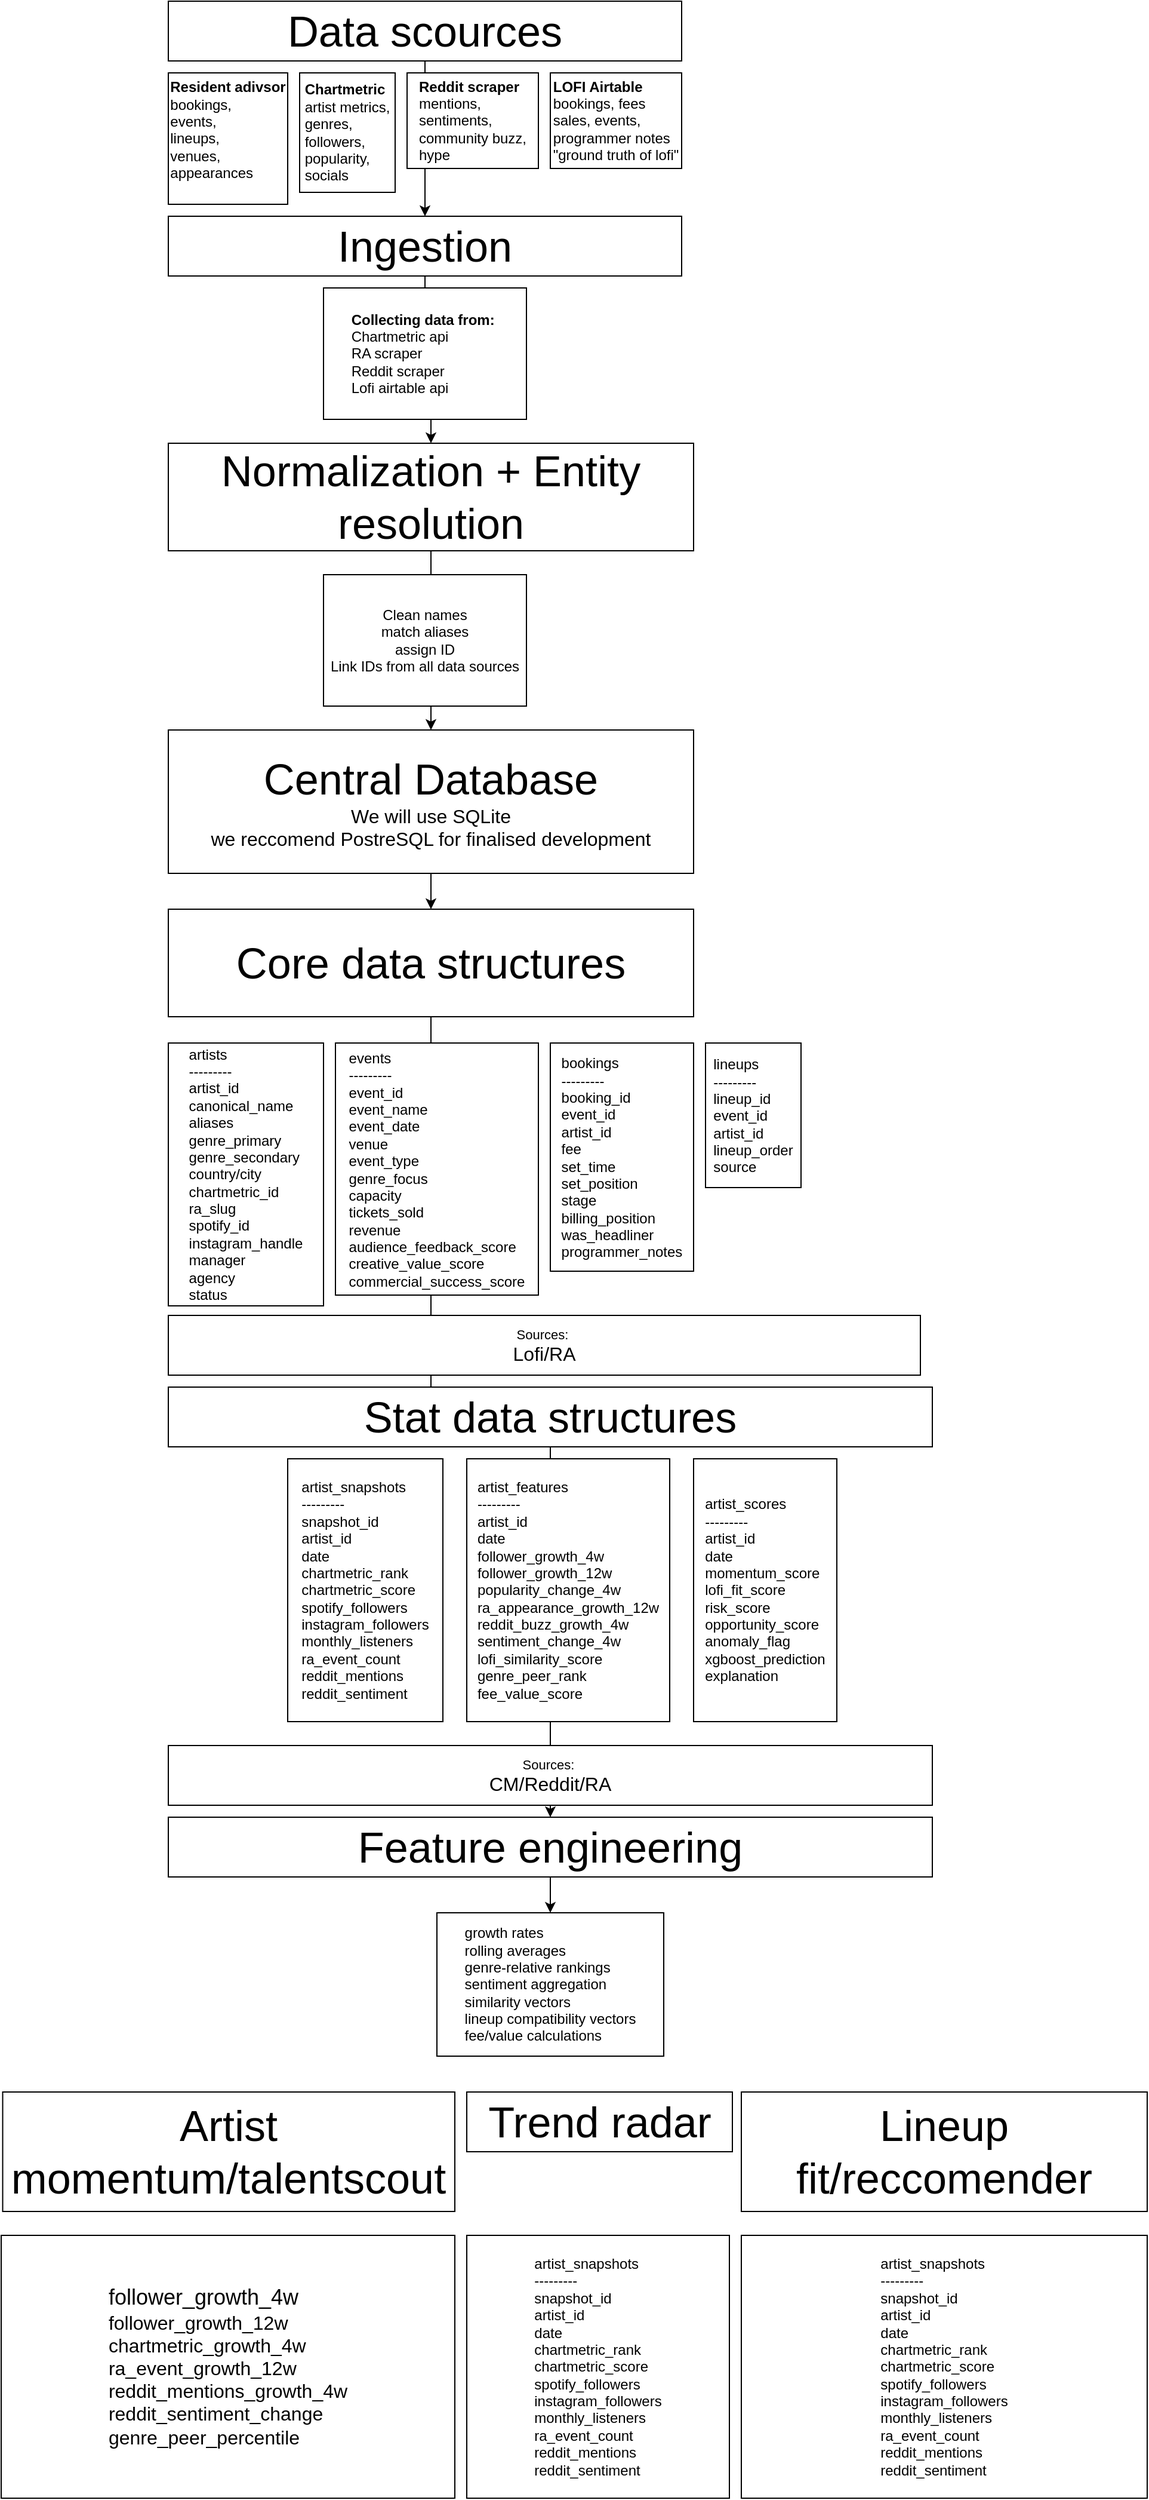
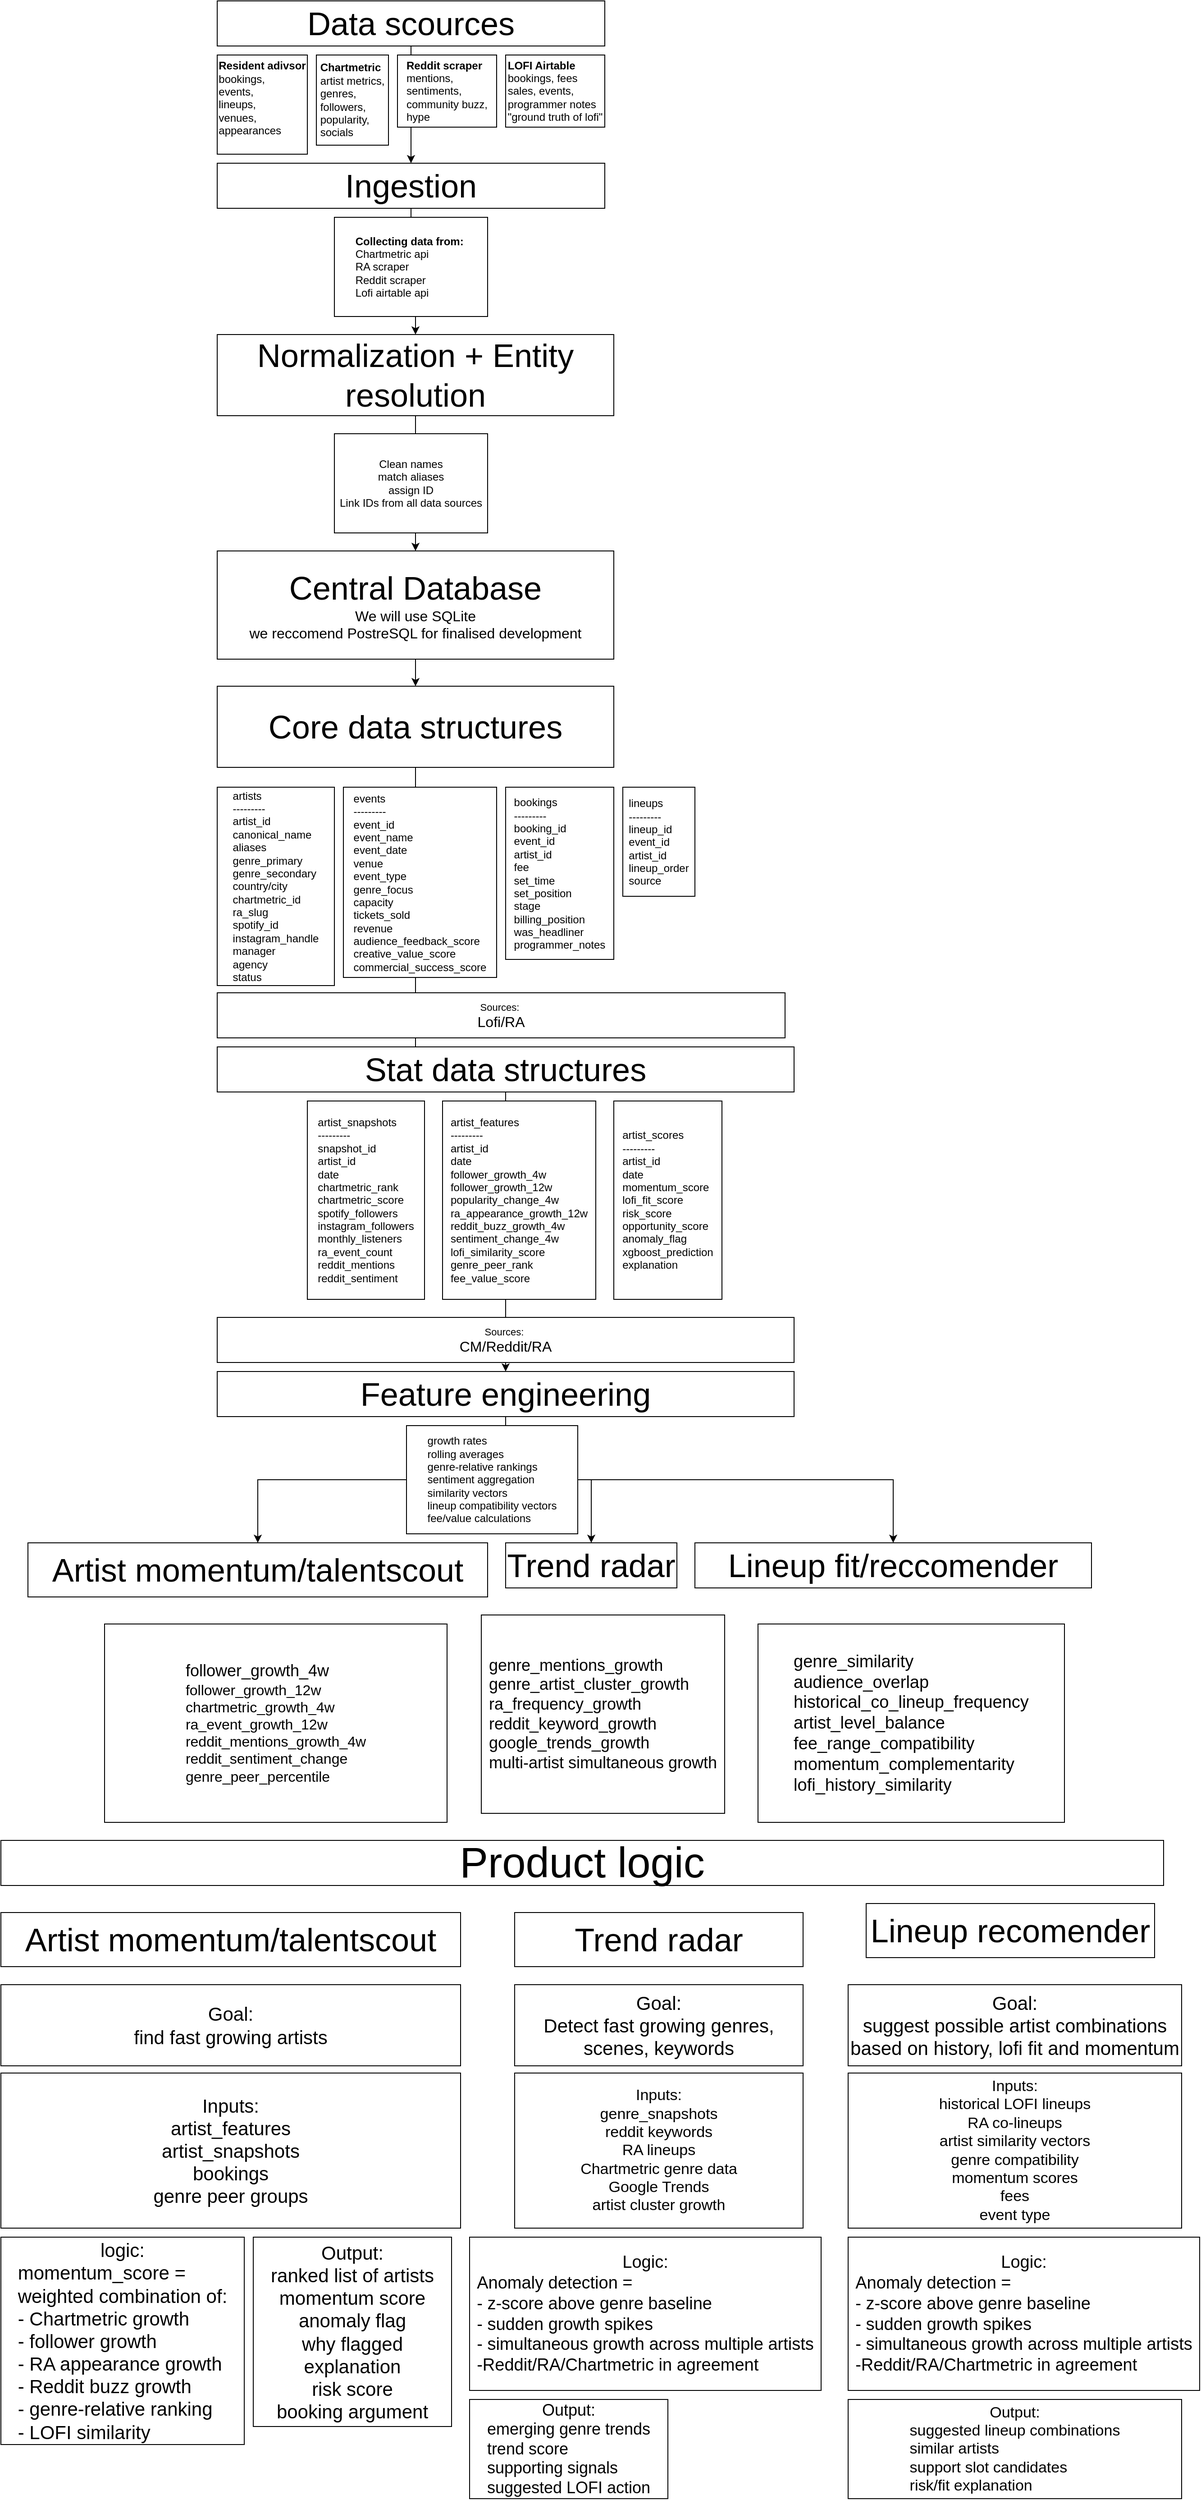
<mxfile host="app.diagrams.net">
  <diagram name="Pagina-1" id="EbsHlEUmd5C1XQdSKPcw">
-     <mxGraphModel dx="1999" dy="628" grid="1" gridSize="10" guides="1" tooltips="1" connect="1" arrows="1" fold="1" page="1" pageScale="1" pageWidth="827" pageHeight="1169" math="0" shadow="0">
+     <mxGraphModel dx="2836" dy="1077" grid="1" gridSize="10" guides="1" tooltips="1" connect="1" arrows="1" fold="1" page="1" pageScale="1" pageWidth="827" pageHeight="1169" math="0" shadow="0">
      <root>
        <mxCell id="0" />
        <mxCell id="1" parent="0" />
        <mxCell id="IS1pQjUSRLfmHb4GL3-O-3" edge="1" parent="1" source="IS1pQjUSRLfmHb4GL3-O-1" style="edgeStyle=orthogonalEdgeStyle;rounded=0;orthogonalLoop=1;jettySize=auto;html=1;" target="IS1pQjUSRLfmHb4GL3-O-2" value="">
          <mxGeometry relative="1" as="geometry" />
        </mxCell>
        <mxCell id="IS1pQjUSRLfmHb4GL3-O-1" parent="1" style="rounded=0;whiteSpace=wrap;html=1;" value="&lt;font style=&quot;font-size: 36px;&quot;&gt;Data scources&lt;/font&gt;" vertex="1">
          <mxGeometry height="50" width="430" x="120" y="40" as="geometry" />
        </mxCell>
        <mxCell id="IS1pQjUSRLfmHb4GL3-O-5" edge="1" parent="1" source="IS1pQjUSRLfmHb4GL3-O-2" style="edgeStyle=orthogonalEdgeStyle;rounded=0;orthogonalLoop=1;jettySize=auto;html=1;" target="IS1pQjUSRLfmHb4GL3-O-4" value="">
          <mxGeometry relative="1" as="geometry" />
        </mxCell>
        <mxCell id="IS1pQjUSRLfmHb4GL3-O-2" parent="1" style="whiteSpace=wrap;html=1;rounded=0;" value="&lt;div&gt;&lt;font style=&quot;font-size: 36px;&quot;&gt;Ingestion&lt;/font&gt;&lt;/div&gt;" vertex="1">
          <mxGeometry height="50" width="430" x="120" y="220" as="geometry" />
        </mxCell>
        <mxCell id="IS1pQjUSRLfmHb4GL3-O-13" edge="1" parent="1" source="IS1pQjUSRLfmHb4GL3-O-4" style="edgeStyle=orthogonalEdgeStyle;rounded=0;orthogonalLoop=1;jettySize=auto;html=1;" target="IS1pQjUSRLfmHb4GL3-O-12" value="">
          <mxGeometry relative="1" as="geometry" />
        </mxCell>
        <mxCell id="IS1pQjUSRLfmHb4GL3-O-4" parent="1" style="whiteSpace=wrap;html=1;rounded=0;" value="&lt;font style=&quot;font-size: 36px;&quot;&gt;Normalization + Entity resolution&lt;/font&gt;" vertex="1">
          <mxGeometry height="90" width="440" x="120" y="410" as="geometry" />
        </mxCell>
        <mxCell id="IS1pQjUSRLfmHb4GL3-O-7" parent="1" style="rounded=0;whiteSpace=wrap;html=1;" value="&lt;div style=&quot;text-align: left;&quot;&gt;&lt;b&gt;Chartmetric&lt;/b&gt;&lt;/div&gt;&lt;div style=&quot;text-align: left;&quot;&gt;artist metrics,&lt;/div&gt;&lt;div style=&quot;text-align: left;&quot;&gt;genres,&amp;nbsp;&lt;/div&gt;&lt;div style=&quot;text-align: left;&quot;&gt;followers,&amp;nbsp;&lt;/div&gt;&lt;div style=&quot;text-align: left;&quot;&gt;popularity,&amp;nbsp;&lt;/div&gt;&lt;div style=&quot;text-align: left;&quot;&gt;socials&lt;/div&gt;" vertex="1">
          <mxGeometry height="100" width="80" x="230" y="100" as="geometry" />
        </mxCell>
        <mxCell id="IS1pQjUSRLfmHb4GL3-O-8" parent="1" style="rounded=0;whiteSpace=wrap;html=1;" value="&lt;div style=&quot;text-align: left;&quot;&gt;&lt;b&gt;Resident adivsor&lt;/b&gt;&lt;/div&gt;&lt;div style=&quot;text-align: left;&quot;&gt;bookings,&lt;/div&gt;&lt;div style=&quot;text-align: left;&quot;&gt;events,&lt;/div&gt;&lt;div style=&quot;text-align: left;&quot;&gt;lineups,&lt;/div&gt;&lt;div style=&quot;text-align: left;&quot;&gt;venues,&lt;/div&gt;&lt;div style=&quot;text-align: left;&quot;&gt;appearances&lt;/div&gt;&lt;div style=&quot;text-align: left;&quot;&gt;&lt;b&gt;&lt;br&gt;&lt;/b&gt;&lt;/div&gt;" vertex="1">
          <mxGeometry height="110" width="100" x="120" y="100" as="geometry" />
        </mxCell>
        <mxCell id="IS1pQjUSRLfmHb4GL3-O-9" parent="1" style="rounded=0;whiteSpace=wrap;html=1;" value="&lt;div style=&quot;text-align: left;&quot;&gt;&lt;b style=&quot;background-color: transparent; color: light-dark(rgb(0, 0, 0), rgb(255, 255, 255));&quot;&gt;Reddit scraper&lt;/b&gt;&lt;/div&gt;&lt;div style=&quot;text-align: left;&quot;&gt;mentions,&lt;/div&gt;&lt;div style=&quot;text-align: left;&quot;&gt;sentiments,&lt;/div&gt;&lt;div style=&quot;text-align: left;&quot;&gt;community buzz,&lt;/div&gt;&lt;div style=&quot;text-align: left;&quot;&gt;hype&lt;/div&gt;" vertex="1">
          <mxGeometry height="80" width="110" x="320" y="100" as="geometry" />
        </mxCell>
        <mxCell id="IS1pQjUSRLfmHb4GL3-O-10" parent="1" style="rounded=0;whiteSpace=wrap;html=1;" value="&lt;div style=&quot;text-align: left;&quot;&gt;&lt;b&gt;LOFI Airtable&lt;/b&gt;&lt;/div&gt;&lt;div style=&quot;text-align: left;&quot;&gt;bookings, fees&lt;/div&gt;&lt;div style=&quot;text-align: left;&quot;&gt;sales, events,&lt;/div&gt;&lt;div style=&quot;text-align: left;&quot;&gt;programmer notes&lt;/div&gt;&lt;div style=&quot;text-align: left;&quot;&gt;&quot;ground truth of lofi&quot;&lt;/div&gt;" vertex="1">
          <mxGeometry height="80" width="110" x="440" y="100" as="geometry" />
        </mxCell>
        <mxCell id="IS1pQjUSRLfmHb4GL3-O-11" parent="1" style="rounded=0;whiteSpace=wrap;html=1;" value="&lt;div style=&quot;text-align: left;&quot;&gt;&lt;b&gt;Collecting data from:&amp;nbsp;&lt;/b&gt;&lt;/div&gt;&lt;div style=&quot;text-align: left;&quot;&gt;Chartmetric api&lt;/div&gt;&lt;div style=&quot;text-align: left;&quot;&gt;RA scraper&lt;/div&gt;&lt;div style=&quot;text-align: left;&quot;&gt;Reddit scraper&lt;/div&gt;&lt;div style=&quot;text-align: left;&quot;&gt;Lofi airtable api&lt;/div&gt;" vertex="1">
          <mxGeometry height="110" width="170" x="250" y="280" as="geometry" />
        </mxCell>
        <mxCell id="IS1pQjUSRLfmHb4GL3-O-15" edge="1" parent="1" source="IS1pQjUSRLfmHb4GL3-O-12" style="edgeStyle=orthogonalEdgeStyle;rounded=0;orthogonalLoop=1;jettySize=auto;html=1;" target="IS1pQjUSRLfmHb4GL3-O-14" value="">
          <mxGeometry relative="1" as="geometry" />
        </mxCell>
        <mxCell id="IS1pQjUSRLfmHb4GL3-O-12" parent="1" style="whiteSpace=wrap;html=1;rounded=0;" value="&lt;span style=&quot;font-size: 36px;&quot;&gt;Central Database&lt;/span&gt;&lt;div&gt;&lt;font size=&quot;3&quot;&gt;We will use SQLite&lt;/font&gt;&lt;/div&gt;&lt;div&gt;&lt;font size=&quot;3&quot;&gt;we reccomend PostreSQL for finalised development&lt;/font&gt;&lt;/div&gt;" vertex="1">
          <mxGeometry height="120" width="440" x="120" y="650" as="geometry" />
        </mxCell>
        <mxCell id="IS1pQjUSRLfmHb4GL3-O-31" edge="1" parent="1" source="IS1pQjUSRLfmHb4GL3-O-14" style="edgeStyle=orthogonalEdgeStyle;rounded=0;orthogonalLoop=1;jettySize=auto;html=1;" target="IS1pQjUSRLfmHb4GL3-O-33" value="">
          <mxGeometry relative="1" as="geometry" />
        </mxCell>
        <mxCell id="IS1pQjUSRLfmHb4GL3-O-14" parent="1" style="whiteSpace=wrap;html=1;rounded=0;" value="&lt;font style=&quot;font-size: 36px;&quot;&gt;Core data structures&lt;/font&gt;" vertex="1">
          <mxGeometry height="90" width="440" x="120" y="800" as="geometry" />
        </mxCell>
        <mxCell id="IS1pQjUSRLfmHb4GL3-O-16" parent="1" style="rounded=0;whiteSpace=wrap;html=1;" value="Clean names&lt;div&gt;match aliases&lt;/div&gt;&lt;div&gt;assign ID&lt;/div&gt;&lt;div&gt;Link IDs from all data sources&lt;/div&gt;" vertex="1">
          <mxGeometry height="110" width="170" x="250" y="520" as="geometry" />
        </mxCell>
        <mxCell id="IS1pQjUSRLfmHb4GL3-O-17" parent="1" style="rounded=0;whiteSpace=wrap;html=1;" value="&lt;div style=&quot;text-align: justify;&quot;&gt;artists&lt;/div&gt;&lt;div style=&quot;text-align: justify;&quot;&gt;---------&lt;/div&gt;&lt;div style=&quot;text-align: justify;&quot;&gt;artist_id&lt;/div&gt;&lt;div style=&quot;text-align: justify;&quot;&gt;canonical_name&lt;/div&gt;&lt;div style=&quot;text-align: justify;&quot;&gt;aliases&lt;/div&gt;&lt;div style=&quot;text-align: justify;&quot;&gt;genre_primary&lt;/div&gt;&lt;div style=&quot;text-align: justify;&quot;&gt;genre_secondary&lt;/div&gt;&lt;div style=&quot;text-align: justify;&quot;&gt;country/city&lt;/div&gt;&lt;div style=&quot;text-align: justify;&quot;&gt;chartmetric_id&lt;/div&gt;&lt;div style=&quot;text-align: justify;&quot;&gt;ra_slug&lt;/div&gt;&lt;div style=&quot;text-align: justify;&quot;&gt;spotify_id&lt;/div&gt;&lt;div style=&quot;text-align: justify;&quot;&gt;instagram_handle&lt;/div&gt;&lt;div style=&quot;text-align: justify;&quot;&gt;manager&lt;/div&gt;&lt;div style=&quot;text-align: justify;&quot;&gt;agency&lt;/div&gt;&lt;div style=&quot;text-align: justify;&quot;&gt;status&lt;/div&gt;" vertex="1">
          <mxGeometry height="220" width="130" x="120" y="912" as="geometry" />
        </mxCell>
        <mxCell id="IS1pQjUSRLfmHb4GL3-O-19" parent="1" style="rounded=0;whiteSpace=wrap;html=1;" value="&lt;div style=&quot;text-align: justify;&quot;&gt;&lt;div&gt;events&lt;/div&gt;&lt;div&gt;---------&lt;/div&gt;&lt;div&gt;event_id&lt;/div&gt;&lt;div&gt;event_name&lt;/div&gt;&lt;div&gt;event_date&lt;/div&gt;&lt;div&gt;venue&lt;/div&gt;&lt;div&gt;event_type&lt;/div&gt;&lt;div&gt;genre_focus&lt;/div&gt;&lt;div&gt;capacity&lt;/div&gt;&lt;div&gt;tickets_sold&lt;/div&gt;&lt;div&gt;revenue&lt;/div&gt;&lt;div&gt;audience_feedback_score&lt;/div&gt;&lt;div&gt;creative_value_score&lt;/div&gt;&lt;div&gt;commercial_success_score&lt;/div&gt;&lt;/div&gt;" vertex="1">
          <mxGeometry height="211" width="170" x="260" y="912" as="geometry" />
        </mxCell>
        <mxCell id="IS1pQjUSRLfmHb4GL3-O-20" parent="1" style="rounded=0;whiteSpace=wrap;html=1;" value="&lt;div style=&quot;text-align: justify;&quot;&gt;&lt;div&gt;bookings&lt;/div&gt;&lt;div&gt;---------&lt;/div&gt;&lt;div&gt;booking_id&lt;/div&gt;&lt;div&gt;event_id&lt;/div&gt;&lt;div&gt;artist_id&lt;/div&gt;&lt;div&gt;fee&lt;/div&gt;&lt;div&gt;set_time&lt;/div&gt;&lt;div&gt;set_position&lt;/div&gt;&lt;div&gt;stage&lt;/div&gt;&lt;div&gt;billing_position&lt;/div&gt;&lt;div&gt;was_headliner&lt;/div&gt;&lt;div&gt;programmer_notes&lt;/div&gt;&lt;/div&gt;" vertex="1">
          <mxGeometry height="191" width="120" x="440" y="912" as="geometry" />
        </mxCell>
        <mxCell id="IS1pQjUSRLfmHb4GL3-O-21" parent="1" style="rounded=0;whiteSpace=wrap;html=1;" value="&lt;div style=&quot;text-align: justify;&quot;&gt;&lt;div&gt;lineups&lt;/div&gt;&lt;div&gt;---------&lt;/div&gt;&lt;div&gt;lineup_id&lt;/div&gt;&lt;div&gt;event_id&lt;/div&gt;&lt;div&gt;artist_id&lt;/div&gt;&lt;div&gt;lineup_order&lt;/div&gt;&lt;div&gt;source&lt;/div&gt;&lt;/div&gt;" vertex="1">
          <mxGeometry height="121" width="80" x="570" y="912" as="geometry" />
        </mxCell>
        <mxCell id="IS1pQjUSRLfmHb4GL3-O-24" parent="1" style="whiteSpace=wrap;html=1;rounded=0;" value="&lt;font style=&quot;font-size: 11px;&quot;&gt;Sources:&amp;nbsp;&lt;/font&gt;&lt;div&gt;&lt;font size=&quot;3&quot;&gt;Lofi/RA&lt;/font&gt;&lt;/div&gt;" vertex="1">
          <mxGeometry height="50" width="630" x="120" y="1140" as="geometry" />
        </mxCell>
        <mxCell id="IS1pQjUSRLfmHb4GL3-O-26" parent="1" style="whiteSpace=wrap;html=1;rounded=0;" value="&lt;span style=&quot;font-size: 36px;&quot;&gt;Stat data structures&lt;/span&gt;" vertex="1">
          <mxGeometry height="50" width="640" x="120" y="1200" as="geometry" />
        </mxCell>
        <mxCell id="IS1pQjUSRLfmHb4GL3-O-27" parent="1" style="rounded=0;whiteSpace=wrap;html=1;" value="&lt;div style=&quot;text-align: justify;&quot;&gt;&lt;div&gt;artist_snapshots&lt;/div&gt;&lt;div&gt;---------&lt;/div&gt;&lt;div&gt;snapshot_id&lt;/div&gt;&lt;div&gt;artist_id&lt;/div&gt;&lt;div&gt;date&lt;/div&gt;&lt;div&gt;chartmetric_rank&lt;/div&gt;&lt;div&gt;chartmetric_score&lt;/div&gt;&lt;div&gt;spotify_followers&lt;/div&gt;&lt;div&gt;instagram_followers&lt;/div&gt;&lt;div&gt;monthly_listeners&lt;/div&gt;&lt;div&gt;ra_event_count&lt;/div&gt;&lt;div&gt;reddit_mentions&lt;/div&gt;&lt;div&gt;reddit_sentiment&lt;/div&gt;&lt;/div&gt;" vertex="1">
          <mxGeometry height="220" width="130" x="220" y="1260" as="geometry" />
        </mxCell>
        <mxCell id="IS1pQjUSRLfmHb4GL3-O-28" parent="1" style="rounded=0;whiteSpace=wrap;html=1;" value="&lt;div style=&quot;text-align: justify;&quot;&gt;&lt;div&gt;artist_features&lt;/div&gt;&lt;div&gt;---------&lt;/div&gt;&lt;div&gt;artist_id&lt;/div&gt;&lt;div&gt;date&lt;/div&gt;&lt;div&gt;follower_growth_4w&lt;/div&gt;&lt;div&gt;follower_growth_12w&lt;/div&gt;&lt;div&gt;popularity_change_4w&lt;/div&gt;&lt;div&gt;ra_appearance_growth_12w&lt;/div&gt;&lt;div&gt;reddit_buzz_growth_4w&lt;/div&gt;&lt;div&gt;sentiment_change_4w&lt;/div&gt;&lt;div&gt;lofi_similarity_score&lt;/div&gt;&lt;div&gt;genre_peer_rank&lt;/div&gt;&lt;div&gt;fee_value_score&lt;/div&gt;&lt;/div&gt;" vertex="1">
          <mxGeometry height="220" width="170" x="370" y="1260" as="geometry" />
        </mxCell>
        <mxCell id="IS1pQjUSRLfmHb4GL3-O-29" parent="1" style="rounded=0;whiteSpace=wrap;html=1;" value="&lt;div style=&quot;text-align: justify;&quot;&gt;&lt;div&gt;artist_scores&lt;/div&gt;&lt;div&gt;---------&lt;/div&gt;&lt;div&gt;artist_id&lt;/div&gt;&lt;div&gt;date&lt;/div&gt;&lt;div&gt;momentum_score&lt;/div&gt;&lt;div&gt;lofi_fit_score&lt;/div&gt;&lt;div&gt;risk_score&lt;/div&gt;&lt;div&gt;opportunity_score&lt;/div&gt;&lt;div&gt;anomaly_flag&lt;/div&gt;&lt;div&gt;xgboost_prediction&lt;/div&gt;&lt;div&gt;explanation&lt;/div&gt;&lt;/div&gt;" vertex="1">
          <mxGeometry height="220" width="120" x="560" y="1260" as="geometry" />
        </mxCell>
        <mxCell id="IS1pQjUSRLfmHb4GL3-O-30" parent="1" style="whiteSpace=wrap;html=1;rounded=0;" value="&lt;font style=&quot;font-size: 11px;&quot;&gt;Sources:&amp;nbsp;&lt;/font&gt;&lt;div&gt;&lt;font size=&quot;3&quot;&gt;CM/Reddit/RA&lt;/font&gt;&lt;/div&gt;" vertex="1">
          <mxGeometry height="50" width="640" x="120" y="1500" as="geometry" />
        </mxCell>
-         <mxCell id="IS1pQjUSRLfmHb4GL3-O-38" edge="1" parent="1" source="IS1pQjUSRLfmHb4GL3-O-33" style="edgeStyle=orthogonalEdgeStyle;rounded=0;orthogonalLoop=1;jettySize=auto;html=1;" target="IS1pQjUSRLfmHb4GL3-O-37" value="">
+         <mxCell id="IS1pQjUSRLfmHb4GL3-O-38" edge="1" parent="1" source="IS1pQjUSRLfmHb4GL3-O-33" style="edgeStyle=orthogonalEdgeStyle;rounded=0;orthogonalLoop=1;jettySize=auto;html=1;entryX=0.5;entryY=0;entryDx=0;entryDy=0;" target="IS1pQjUSRLfmHb4GL3-O-40" value="">
+           <mxGeometry relative="1" as="geometry" />
+         </mxCell>
+         <mxCell id="IS1pQjUSRLfmHb4GL3-O-47" edge="1" parent="1" source="IS1pQjUSRLfmHb4GL3-O-33" style="edgeStyle=orthogonalEdgeStyle;rounded=0;orthogonalLoop=1;jettySize=auto;html=1;" target="IS1pQjUSRLfmHb4GL3-O-42">
+           <mxGeometry relative="1" as="geometry" />
+         </mxCell>
+         <mxCell id="IS1pQjUSRLfmHb4GL3-O-48" edge="1" parent="1" source="IS1pQjUSRLfmHb4GL3-O-33" style="edgeStyle=orthogonalEdgeStyle;rounded=0;orthogonalLoop=1;jettySize=auto;html=1;entryX=0.5;entryY=0;entryDx=0;entryDy=0;" target="IS1pQjUSRLfmHb4GL3-O-41">
          <mxGeometry relative="1" as="geometry" />
        </mxCell>
        <mxCell id="IS1pQjUSRLfmHb4GL3-O-33" parent="1" style="whiteSpace=wrap;html=1;rounded=0;" value="&lt;span style=&quot;font-size: 36px;&quot;&gt;Feature engineering&lt;/span&gt;" vertex="1">
          <mxGeometry height="50" width="640" x="120" y="1560" as="geometry" />
        </mxCell>
        <mxCell id="IS1pQjUSRLfmHb4GL3-O-37" parent="1" style="rounded=0;whiteSpace=wrap;html=1;" value="&lt;div style=&quot;text-align: justify;&quot;&gt;growth rates&lt;/div&gt;&lt;div style=&quot;text-align: justify;&quot;&gt;rolling averages&lt;/div&gt;&lt;div style=&quot;text-align: justify;&quot;&gt;genre-relative rankings&lt;/div&gt;&lt;div style=&quot;text-align: justify;&quot;&gt;sentiment aggregation&lt;/div&gt;&lt;div style=&quot;text-align: justify;&quot;&gt;similarity vectors&lt;/div&gt;&lt;div style=&quot;text-align: justify;&quot;&gt;lineup compatibility vectors&lt;/div&gt;&lt;div style=&quot;text-align: justify;&quot;&gt;fee/value calculations&amp;nbsp;&amp;nbsp;&lt;/div&gt;" vertex="1">
-           <mxGeometry height="120" width="190" x="345" y="1640" as="geometry" />
+           <mxGeometry height="120" width="190" x="330" y="1620" as="geometry" />
        </mxCell>
        <mxCell id="IS1pQjUSRLfmHb4GL3-O-40" parent="1" style="whiteSpace=wrap;html=1;rounded=0;" value="&lt;span style=&quot;font-size: 36px;&quot;&gt;Artist momentum/talentscout&lt;/span&gt;" vertex="1">
-           <mxGeometry height="100" width="378.75" x="-18.75" y="1790" as="geometry" />
+           <mxGeometry height="60" width="510" x="-90" y="1750" as="geometry" />
        </mxCell>
        <mxCell id="IS1pQjUSRLfmHb4GL3-O-41" parent="1" style="whiteSpace=wrap;html=1;rounded=0;" value="&lt;span style=&quot;font-size: 36px;&quot;&gt;Trend radar&lt;/span&gt;" vertex="1">
-           <mxGeometry height="50" width="222.5" x="370" y="1790" as="geometry" />
+           <mxGeometry height="50" width="190" x="440" y="1750" as="geometry" />
        </mxCell>
        <mxCell id="IS1pQjUSRLfmHb4GL3-O-42" parent="1" style="whiteSpace=wrap;html=1;rounded=0;" value="&lt;span style=&quot;font-size: 36px;&quot;&gt;Lineup fit/reccomender&lt;/span&gt;" vertex="1">
-           <mxGeometry height="100" width="340" x="600" y="1790" as="geometry" />
+           <mxGeometry height="50" width="440" x="650" y="1750" as="geometry" />
        </mxCell>
        <mxCell id="IS1pQjUSRLfmHb4GL3-O-43" parent="1" style="rounded=0;whiteSpace=wrap;html=1;" value="&lt;div style=&quot;text-align: justify;&quot;&gt;&lt;div&gt;&lt;font style=&quot;font-size: 18px;&quot;&gt;follower_growth_4w&lt;/font&gt;&lt;/div&gt;&lt;div&gt;&lt;font size=&quot;3&quot;&gt;follower_growth_12w&lt;/font&gt;&lt;/div&gt;&lt;div&gt;&lt;font size=&quot;3&quot;&gt;chartmetric_growth_4w&lt;/font&gt;&lt;/div&gt;&lt;div&gt;&lt;font size=&quot;3&quot;&gt;ra_event_growth_12w&lt;/font&gt;&lt;/div&gt;&lt;div&gt;&lt;font size=&quot;3&quot;&gt;reddit_mentions_growth_4w&lt;/font&gt;&lt;/div&gt;&lt;div&gt;&lt;font size=&quot;3&quot;&gt;reddit_sentiment_change&lt;/font&gt;&lt;/div&gt;&lt;div&gt;&lt;font size=&quot;3&quot;&gt;genre_peer_percentile&lt;/font&gt;&lt;/div&gt;&lt;/div&gt;" vertex="1">
-           <mxGeometry height="220" width="380" x="-20" y="1910" as="geometry" />
+           <mxGeometry height="220" width="380" x="-5" y="1840" as="geometry" />
        </mxCell>
-         <mxCell id="IS1pQjUSRLfmHb4GL3-O-44" parent="1" style="rounded=0;whiteSpace=wrap;html=1;" value="&lt;div style=&quot;text-align: justify;&quot;&gt;&lt;div&gt;artist_snapshots&lt;/div&gt;&lt;div&gt;---------&lt;/div&gt;&lt;div&gt;snapshot_id&lt;/div&gt;&lt;div&gt;artist_id&lt;/div&gt;&lt;div&gt;date&lt;/div&gt;&lt;div&gt;chartmetric_rank&lt;/div&gt;&lt;div&gt;chartmetric_score&lt;/div&gt;&lt;div&gt;spotify_followers&lt;/div&gt;&lt;div&gt;instagram_followers&lt;/div&gt;&lt;div&gt;monthly_listeners&lt;/div&gt;&lt;div&gt;ra_event_count&lt;/div&gt;&lt;div&gt;reddit_mentions&lt;/div&gt;&lt;div&gt;reddit_sentiment&lt;/div&gt;&lt;/div&gt;" vertex="1">
-           <mxGeometry height="220" width="220" x="370" y="1910" as="geometry" />
+         <mxCell id="IS1pQjUSRLfmHb4GL3-O-44" parent="1" style="rounded=0;whiteSpace=wrap;html=1;" value="&lt;div style=&quot;text-align: justify;&quot;&gt;&lt;div&gt;&lt;font style=&quot;font-size: 18px;&quot;&gt;genre_mentions_growth&lt;/font&gt;&lt;/div&gt;&lt;div&gt;&lt;font style=&quot;font-size: 18px;&quot;&gt;genre_artist_cluster_growth&lt;/font&gt;&lt;/div&gt;&lt;div&gt;&lt;font style=&quot;font-size: 18px;&quot;&gt;ra_frequency_growth&lt;/font&gt;&lt;/div&gt;&lt;div&gt;&lt;font style=&quot;font-size: 18px;&quot;&gt;reddit_keyword_growth&lt;/font&gt;&lt;/div&gt;&lt;div&gt;&lt;font style=&quot;font-size: 18px;&quot;&gt;google_trends_growth&lt;/font&gt;&lt;/div&gt;&lt;div&gt;&lt;font style=&quot;font-size: 18px;&quot;&gt;multi-artist simultaneous growth&lt;/font&gt;&lt;/div&gt;&lt;/div&gt;" vertex="1">
+           <mxGeometry height="220" width="270" x="413" y="1830" as="geometry" />
        </mxCell>
-         <mxCell id="IS1pQjUSRLfmHb4GL3-O-45" parent="1" style="rounded=0;whiteSpace=wrap;html=1;" value="&lt;div style=&quot;text-align: justify;&quot;&gt;&lt;div&gt;artist_snapshots&lt;/div&gt;&lt;div&gt;---------&lt;/div&gt;&lt;div&gt;snapshot_id&lt;/div&gt;&lt;div&gt;artist_id&lt;/div&gt;&lt;div&gt;date&lt;/div&gt;&lt;div&gt;chartmetric_rank&lt;/div&gt;&lt;div&gt;chartmetric_score&lt;/div&gt;&lt;div&gt;spotify_followers&lt;/div&gt;&lt;div&gt;instagram_followers&lt;/div&gt;&lt;div&gt;monthly_listeners&lt;/div&gt;&lt;div&gt;ra_event_count&lt;/div&gt;&lt;div&gt;reddit_mentions&lt;/div&gt;&lt;div&gt;reddit_sentiment&lt;/div&gt;&lt;/div&gt;" vertex="1">
-           <mxGeometry height="220" width="340" x="600" y="1910" as="geometry" />
+         <mxCell id="IS1pQjUSRLfmHb4GL3-O-45" parent="1" style="rounded=0;whiteSpace=wrap;html=1;" value="&lt;div style=&quot;text-align: justify;&quot;&gt;&lt;div&gt;&lt;font style=&quot;font-size: 19px;&quot;&gt;genre_similarity&lt;/font&gt;&lt;/div&gt;&lt;div&gt;&lt;font style=&quot;font-size: 19px;&quot;&gt;audience_overlap&lt;/font&gt;&lt;/div&gt;&lt;div&gt;&lt;font style=&quot;font-size: 19px;&quot;&gt;historical_co_lineup_frequency&lt;/font&gt;&lt;/div&gt;&lt;div&gt;&lt;font style=&quot;font-size: 19px;&quot;&gt;artist_level_balance&lt;/font&gt;&lt;/div&gt;&lt;div&gt;&lt;font style=&quot;font-size: 19px;&quot;&gt;fee_range_compatibility&lt;/font&gt;&lt;/div&gt;&lt;div&gt;&lt;font style=&quot;font-size: 19px;&quot;&gt;momentum_complementarity&lt;/font&gt;&lt;/div&gt;&lt;div&gt;&lt;font style=&quot;font-size: 19px;&quot;&gt;lofi_history_similarity&lt;/font&gt;&lt;/div&gt;&lt;/div&gt;" vertex="1">
+           <mxGeometry height="220" width="340" x="720" y="1840" as="geometry" />
+         </mxCell>
+         <mxCell id="IS1pQjUSRLfmHb4GL3-O-51" parent="1" style="whiteSpace=wrap;html=1;rounded=0;" value="&lt;font style=&quot;font-size: 47px;&quot;&gt;Product logic&lt;/font&gt;" vertex="1">
+           <mxGeometry height="50" width="1290" x="-120" y="2080" as="geometry" />
+         </mxCell>
+         <mxCell id="IS1pQjUSRLfmHb4GL3-O-53" parent="1" style="whiteSpace=wrap;html=1;rounded=0;" value="&lt;span style=&quot;font-size: 36px;&quot;&gt;Artist momentum/talentscout&lt;/span&gt;" vertex="1">
+           <mxGeometry height="60" width="510" x="-120" y="2160" as="geometry" />
+         </mxCell>
+         <mxCell id="IS1pQjUSRLfmHb4GL3-O-54" parent="1" style="whiteSpace=wrap;html=1;rounded=0;" value="&lt;font style=&quot;font-size: 21px;&quot;&gt;Goal:&lt;/font&gt;&lt;div&gt;&lt;font style=&quot;font-size: 21px;&quot;&gt;find fast growing artists&lt;/font&gt;&lt;/div&gt;" vertex="1">
+           <mxGeometry height="90" width="510" x="-120" y="2240" as="geometry" />
+         </mxCell>
+         <mxCell id="IS1pQjUSRLfmHb4GL3-O-55" parent="1" style="whiteSpace=wrap;html=1;rounded=0;" value="&lt;span style=&quot;font-size: 21px;&quot;&gt;Inputs:&lt;/span&gt;&lt;div&gt;&lt;div style=&quot;&quot;&gt;&lt;span style=&quot;font-size: 21px;&quot;&gt;artist_features&lt;/span&gt;&lt;/div&gt;&lt;div style=&quot;&quot;&gt;&lt;span style=&quot;font-size: 21px;&quot;&gt;artist_snapshots&lt;/span&gt;&lt;/div&gt;&lt;div style=&quot;&quot;&gt;&lt;span style=&quot;font-size: 21px;&quot;&gt;bookings&lt;/span&gt;&lt;/div&gt;&lt;div style=&quot;&quot;&gt;&lt;span style=&quot;font-size: 21px;&quot;&gt;genre peer groups&lt;/span&gt;&lt;/div&gt;&lt;/div&gt;" vertex="1">
+           <mxGeometry height="172" width="510" x="-120" y="2338" as="geometry" />
+         </mxCell>
+         <mxCell id="IS1pQjUSRLfmHb4GL3-O-56" parent="1" style="whiteSpace=wrap;html=1;rounded=0;" value="&lt;div&gt;&lt;span style=&quot;font-size: 21px; background-color: transparent; color: light-dark(rgb(0, 0, 0), rgb(255, 255, 255));&quot;&gt;logic:&lt;/span&gt;&lt;/div&gt;&lt;div style=&quot;text-align: justify;&quot;&gt;&lt;span style=&quot;font-size: 21px;&quot;&gt;momentum_score =&lt;/span&gt;&lt;/div&gt;&lt;div style=&quot;text-align: justify;&quot;&gt;&lt;span style=&quot;font-size: 21px;&quot;&gt;weighted combination of:&lt;/span&gt;&lt;/div&gt;&lt;div style=&quot;text-align: justify;&quot;&gt;&lt;span style=&quot;font-size: 21px;&quot;&gt;- Chartmetric growth&lt;/span&gt;&lt;/div&gt;&lt;div style=&quot;text-align: justify;&quot;&gt;&lt;span style=&quot;font-size: 21px;&quot;&gt;- follower growth&lt;/span&gt;&lt;/div&gt;&lt;div style=&quot;text-align: justify;&quot;&gt;&lt;span style=&quot;font-size: 21px;&quot;&gt;- RA appearance growth&lt;/span&gt;&lt;/div&gt;&lt;div style=&quot;text-align: justify;&quot;&gt;&lt;span style=&quot;font-size: 21px;&quot;&gt;- Reddit buzz growth&lt;/span&gt;&lt;/div&gt;&lt;div style=&quot;text-align: justify;&quot;&gt;&lt;span style=&quot;font-size: 21px;&quot;&gt;- genre-relative ranking&lt;/span&gt;&lt;/div&gt;&lt;div style=&quot;text-align: justify;&quot;&gt;&lt;span style=&quot;font-size: 21px;&quot;&gt;- LOFI similarity&lt;/span&gt;&lt;/div&gt;" vertex="1">
+           <mxGeometry height="230" width="270" x="-120" y="2520" as="geometry" />
+         </mxCell>
+         <mxCell id="IS1pQjUSRLfmHb4GL3-O-57" parent="1" style="whiteSpace=wrap;html=1;rounded=0;" value="&lt;div&gt;&lt;span style=&quot;font-size: 21px;&quot;&gt;Output:&lt;/span&gt;&lt;/div&gt;&lt;div&gt;&lt;div style=&quot;&quot;&gt;&lt;span style=&quot;font-size: 21px;&quot;&gt;ranked list of artists&lt;/span&gt;&lt;/div&gt;&lt;div style=&quot;&quot;&gt;&lt;span style=&quot;font-size: 21px;&quot;&gt;momentum score&lt;/span&gt;&lt;/div&gt;&lt;div style=&quot;&quot;&gt;&lt;span style=&quot;font-size: 21px;&quot;&gt;anomaly flag&lt;/span&gt;&lt;/div&gt;&lt;div style=&quot;&quot;&gt;&lt;span style=&quot;font-size: 21px;&quot;&gt;why flagged explanation&lt;/span&gt;&lt;/div&gt;&lt;div style=&quot;&quot;&gt;&lt;span style=&quot;font-size: 21px;&quot;&gt;risk score&lt;/span&gt;&lt;/div&gt;&lt;div style=&quot;&quot;&gt;&lt;span style=&quot;font-size: 21px;&quot;&gt;booking argument&lt;/span&gt;&lt;/div&gt;&lt;/div&gt;" vertex="1">
+           <mxGeometry height="210" width="220" x="160" y="2520" as="geometry" />
+         </mxCell>
+         <mxCell id="IS1pQjUSRLfmHb4GL3-O-58" parent="1" style="whiteSpace=wrap;html=1;rounded=0;" value="&lt;span style=&quot;font-size: 36px;&quot;&gt;Trend radar&lt;/span&gt;" vertex="1">
+           <mxGeometry height="60" width="320" x="450" y="2160" as="geometry" />
+         </mxCell>
+         <mxCell id="IS1pQjUSRLfmHb4GL3-O-59" parent="1" style="whiteSpace=wrap;html=1;rounded=0;" value="&lt;font style=&quot;font-size: 21px;&quot;&gt;Goal:&lt;/font&gt;&lt;div&gt;&lt;font style=&quot;font-size: 21px;&quot;&gt;Detect fast growing genres, scenes, keywords&lt;/font&gt;&lt;/div&gt;" vertex="1">
+           <mxGeometry height="90" width="320" x="450" y="2240" as="geometry" />
+         </mxCell>
+         <mxCell id="IS1pQjUSRLfmHb4GL3-O-60" parent="1" style="whiteSpace=wrap;html=1;rounded=0;" value="&lt;font style=&quot;font-size: 17px;&quot;&gt;Inputs:&lt;/font&gt;&lt;div&gt;&lt;div style=&quot;&quot;&gt;&lt;div&gt;&lt;font style=&quot;font-size: 17px;&quot;&gt;genre_snapshots&lt;/font&gt;&lt;/div&gt;&lt;div&gt;&lt;font style=&quot;font-size: 17px;&quot;&gt;reddit keywords&lt;/font&gt;&lt;/div&gt;&lt;div&gt;&lt;font style=&quot;font-size: 17px;&quot;&gt;RA lineups&lt;/font&gt;&lt;/div&gt;&lt;div&gt;&lt;font style=&quot;font-size: 17px;&quot;&gt;Chartmetric genre data&lt;/font&gt;&lt;/div&gt;&lt;div&gt;&lt;font style=&quot;font-size: 17px;&quot;&gt;Google Trends&lt;/font&gt;&lt;/div&gt;&lt;div&gt;&lt;font style=&quot;font-size: 17px;&quot;&gt;artist cluster growth&lt;/font&gt;&lt;/div&gt;&lt;/div&gt;&lt;/div&gt;" vertex="1">
+           <mxGeometry height="172" width="320" x="450" y="2338" as="geometry" />
+         </mxCell>
+         <mxCell id="IS1pQjUSRLfmHb4GL3-O-61" parent="1" style="whiteSpace=wrap;html=1;rounded=0;" value="&lt;div&gt;&lt;span style=&quot;font-size: 19px;&quot;&gt;Logic:&lt;/span&gt;&lt;/div&gt;&lt;font style=&quot;font-size: 19px;&quot;&gt;&lt;div style=&quot;text-align: justify;&quot;&gt;&lt;span style=&quot;background-color: transparent; color: light-dark(rgb(0, 0, 0), rgb(255, 255, 255));&quot;&gt;Anomaly detection =&lt;/span&gt;&lt;/div&gt;&lt;div style=&quot;text-align: justify;&quot;&gt;&lt;span style=&quot;background-color: transparent; color: light-dark(rgb(0, 0, 0), rgb(255, 255, 255));&quot;&gt;- z-score above genre baseline&lt;/span&gt;&lt;/div&gt;&lt;div style=&quot;text-align: justify;&quot;&gt;&lt;span style=&quot;background-color: transparent; color: light-dark(rgb(0, 0, 0), rgb(255, 255, 255));&quot;&gt;- sudden growth spikes&lt;/span&gt;&lt;/div&gt;&lt;div style=&quot;text-align: justify;&quot;&gt;&lt;span style=&quot;background-color: transparent; color: light-dark(rgb(0, 0, 0), rgb(255, 255, 255));&quot;&gt;- simultaneous growth across multiple artists&lt;/span&gt;&lt;/div&gt;&lt;div style=&quot;text-align: justify;&quot;&gt;&lt;span style=&quot;background-color: transparent; color: light-dark(rgb(0, 0, 0), rgb(255, 255, 255));&quot;&gt;-Reddit/RA/Chartmetric in agreement&lt;/span&gt;&lt;/div&gt;&lt;/font&gt;" vertex="1">
+           <mxGeometry height="170" width="390" x="400" y="2520" as="geometry" />
+         </mxCell>
+         <mxCell id="IS1pQjUSRLfmHb4GL3-O-62" parent="1" style="whiteSpace=wrap;html=1;rounded=0;" value="&lt;div&gt;&lt;font style=&quot;font-size: 18px;&quot;&gt;Output:&lt;/font&gt;&lt;/div&gt;&lt;div&gt;&lt;div style=&quot;&quot;&gt;&lt;div style=&quot;text-align: justify;&quot;&gt;&lt;span style=&quot;background-color: transparent; color: light-dark(rgb(0, 0, 0), rgb(255, 255, 255));&quot;&gt;&lt;font style=&quot;font-size: 18px;&quot;&gt;emerging genre trends&lt;/font&gt;&lt;/span&gt;&lt;/div&gt;&lt;font style=&quot;font-size: 18px;&quot;&gt;&lt;div style=&quot;text-align: justify;&quot;&gt;&lt;span style=&quot;background-color: transparent; color: light-dark(rgb(0, 0, 0), rgb(255, 255, 255));&quot;&gt;trend score&lt;/span&gt;&lt;/div&gt;&lt;div style=&quot;text-align: justify;&quot;&gt;&lt;span style=&quot;background-color: transparent; color: light-dark(rgb(0, 0, 0), rgb(255, 255, 255));&quot;&gt;supporting signals&lt;/span&gt;&lt;/div&gt;&lt;div style=&quot;text-align: justify;&quot;&gt;&lt;span style=&quot;background-color: transparent; color: light-dark(rgb(0, 0, 0), rgb(255, 255, 255));&quot;&gt;suggested LOFI action&lt;/span&gt;&lt;/div&gt;&lt;/font&gt;&lt;/div&gt;&lt;/div&gt;" vertex="1">
+           <mxGeometry height="110" width="220" x="400" y="2700" as="geometry" />
+         </mxCell>
+         <mxCell id="IS1pQjUSRLfmHb4GL3-O-63" parent="1" style="whiteSpace=wrap;html=1;rounded=0;" value="&lt;span style=&quot;font-size: 36px;&quot;&gt;Lineup recomender&lt;/span&gt;" vertex="1">
+           <mxGeometry height="60" width="320" x="840" y="2150" as="geometry" />
+         </mxCell>
+         <mxCell id="IS1pQjUSRLfmHb4GL3-O-64" parent="1" style="whiteSpace=wrap;html=1;rounded=0;" value="&lt;font style=&quot;font-size: 21px;&quot;&gt;Goal:&lt;/font&gt;&lt;div&gt;&lt;font style=&quot;font-size: 21px;&quot;&gt;suggest possible artist combinations based on history, lofi fit and momentum&lt;/font&gt;&lt;/div&gt;" vertex="1">
+           <mxGeometry height="90" width="370" x="820" y="2240" as="geometry" />
+         </mxCell>
+         <mxCell id="IS1pQjUSRLfmHb4GL3-O-65" parent="1" style="whiteSpace=wrap;html=1;rounded=0;" value="&lt;font style=&quot;font-size: 17px;&quot;&gt;Inputs:&lt;/font&gt;&lt;div&gt;&lt;div style=&quot;&quot;&gt;&lt;div&gt;&lt;font style=&quot;font-size: 17px;&quot;&gt;historical LOFI lineups&lt;/font&gt;&lt;/div&gt;&lt;div&gt;&lt;font style=&quot;font-size: 17px;&quot;&gt;RA co-lineups&lt;/font&gt;&lt;/div&gt;&lt;div&gt;&lt;font style=&quot;font-size: 17px;&quot;&gt;artist similarity vectors&lt;/font&gt;&lt;/div&gt;&lt;div&gt;&lt;font style=&quot;font-size: 17px;&quot;&gt;genre compatibility&lt;/font&gt;&lt;/div&gt;&lt;div&gt;&lt;font style=&quot;font-size: 17px;&quot;&gt;momentum scores&lt;/font&gt;&lt;/div&gt;&lt;div&gt;&lt;font style=&quot;font-size: 17px;&quot;&gt;fees&lt;/font&gt;&lt;/div&gt;&lt;div&gt;&lt;font style=&quot;font-size: 17px;&quot;&gt;event type&lt;/font&gt;&lt;/div&gt;&lt;/div&gt;&lt;/div&gt;" vertex="1">
+           <mxGeometry height="172" width="370" x="820" y="2338" as="geometry" />
+         </mxCell>
+         <mxCell id="IS1pQjUSRLfmHb4GL3-O-66" parent="1" style="whiteSpace=wrap;html=1;rounded=0;" value="&lt;div&gt;&lt;span style=&quot;font-size: 19px;&quot;&gt;Logic:&lt;/span&gt;&lt;/div&gt;&lt;font style=&quot;font-size: 19px;&quot;&gt;&lt;div style=&quot;text-align: justify;&quot;&gt;&lt;span style=&quot;background-color: transparent; color: light-dark(rgb(0, 0, 0), rgb(255, 255, 255));&quot;&gt;Anomaly detection =&lt;/span&gt;&lt;/div&gt;&lt;div style=&quot;text-align: justify;&quot;&gt;&lt;span style=&quot;background-color: transparent; color: light-dark(rgb(0, 0, 0), rgb(255, 255, 255));&quot;&gt;- z-score above genre baseline&lt;/span&gt;&lt;/div&gt;&lt;div style=&quot;text-align: justify;&quot;&gt;&lt;span style=&quot;background-color: transparent; color: light-dark(rgb(0, 0, 0), rgb(255, 255, 255));&quot;&gt;- sudden growth spikes&lt;/span&gt;&lt;/div&gt;&lt;div style=&quot;text-align: justify;&quot;&gt;&lt;span style=&quot;background-color: transparent; color: light-dark(rgb(0, 0, 0), rgb(255, 255, 255));&quot;&gt;- simultaneous growth across multiple artists&lt;/span&gt;&lt;/div&gt;&lt;div style=&quot;text-align: justify;&quot;&gt;&lt;span style=&quot;background-color: transparent; color: light-dark(rgb(0, 0, 0), rgb(255, 255, 255));&quot;&gt;-Reddit/RA/Chartmetric in agreement&lt;/span&gt;&lt;/div&gt;&lt;/font&gt;" vertex="1">
+           <mxGeometry height="170" width="390" x="820" y="2520" as="geometry" />
+         </mxCell>
+         <mxCell id="IS1pQjUSRLfmHb4GL3-O-67" parent="1" style="whiteSpace=wrap;html=1;rounded=0;" value="&lt;div&gt;&lt;font style=&quot;font-size: 17px;&quot;&gt;Output:&lt;/font&gt;&lt;/div&gt;&lt;div&gt;&lt;div style=&quot;&quot;&gt;&lt;div style=&quot;text-align: justify;&quot;&gt;&lt;div&gt;&lt;font style=&quot;font-size: 17px;&quot;&gt;suggested lineup combinations&lt;/font&gt;&lt;/div&gt;&lt;div&gt;&lt;font style=&quot;font-size: 17px;&quot;&gt;similar artists&lt;/font&gt;&lt;/div&gt;&lt;div&gt;&lt;font style=&quot;font-size: 17px;&quot;&gt;support slot candidates&lt;/font&gt;&lt;/div&gt;&lt;div&gt;&lt;font style=&quot;font-size: 17px;&quot;&gt;risk/fit explanation&lt;/font&gt;&lt;/div&gt;&lt;/div&gt;&lt;/div&gt;&lt;/div&gt;" vertex="1">
+           <mxGeometry height="110" width="370" x="820" y="2700" as="geometry" />
        </mxCell>
      </root>
    </mxGraphModel>
  </diagram>
</mxfile>
